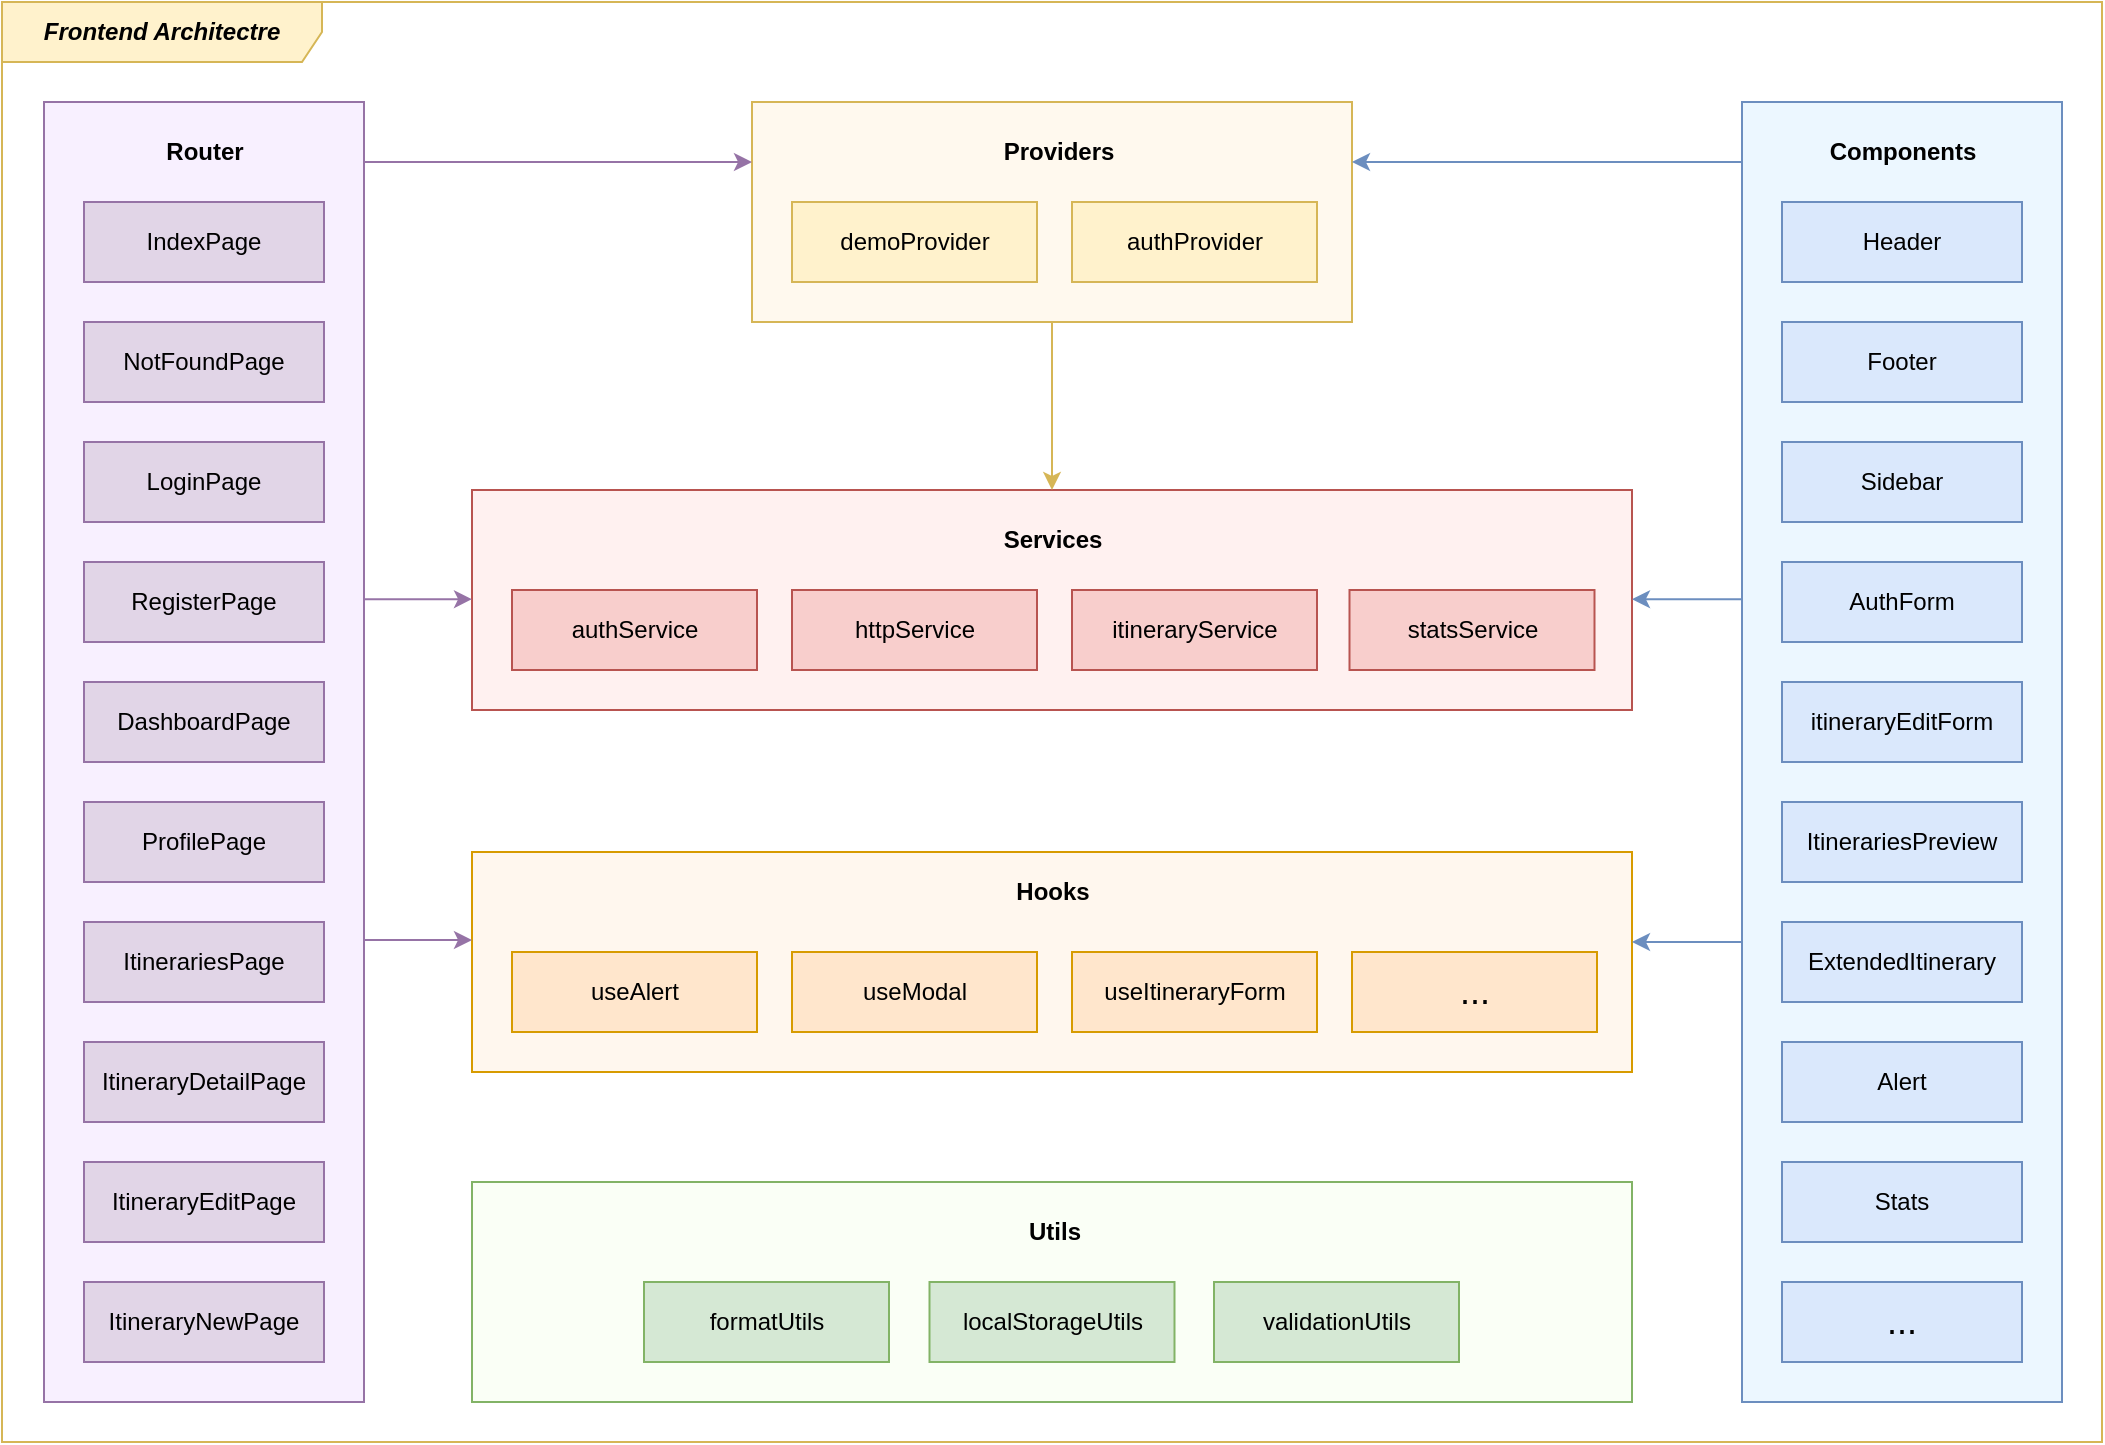
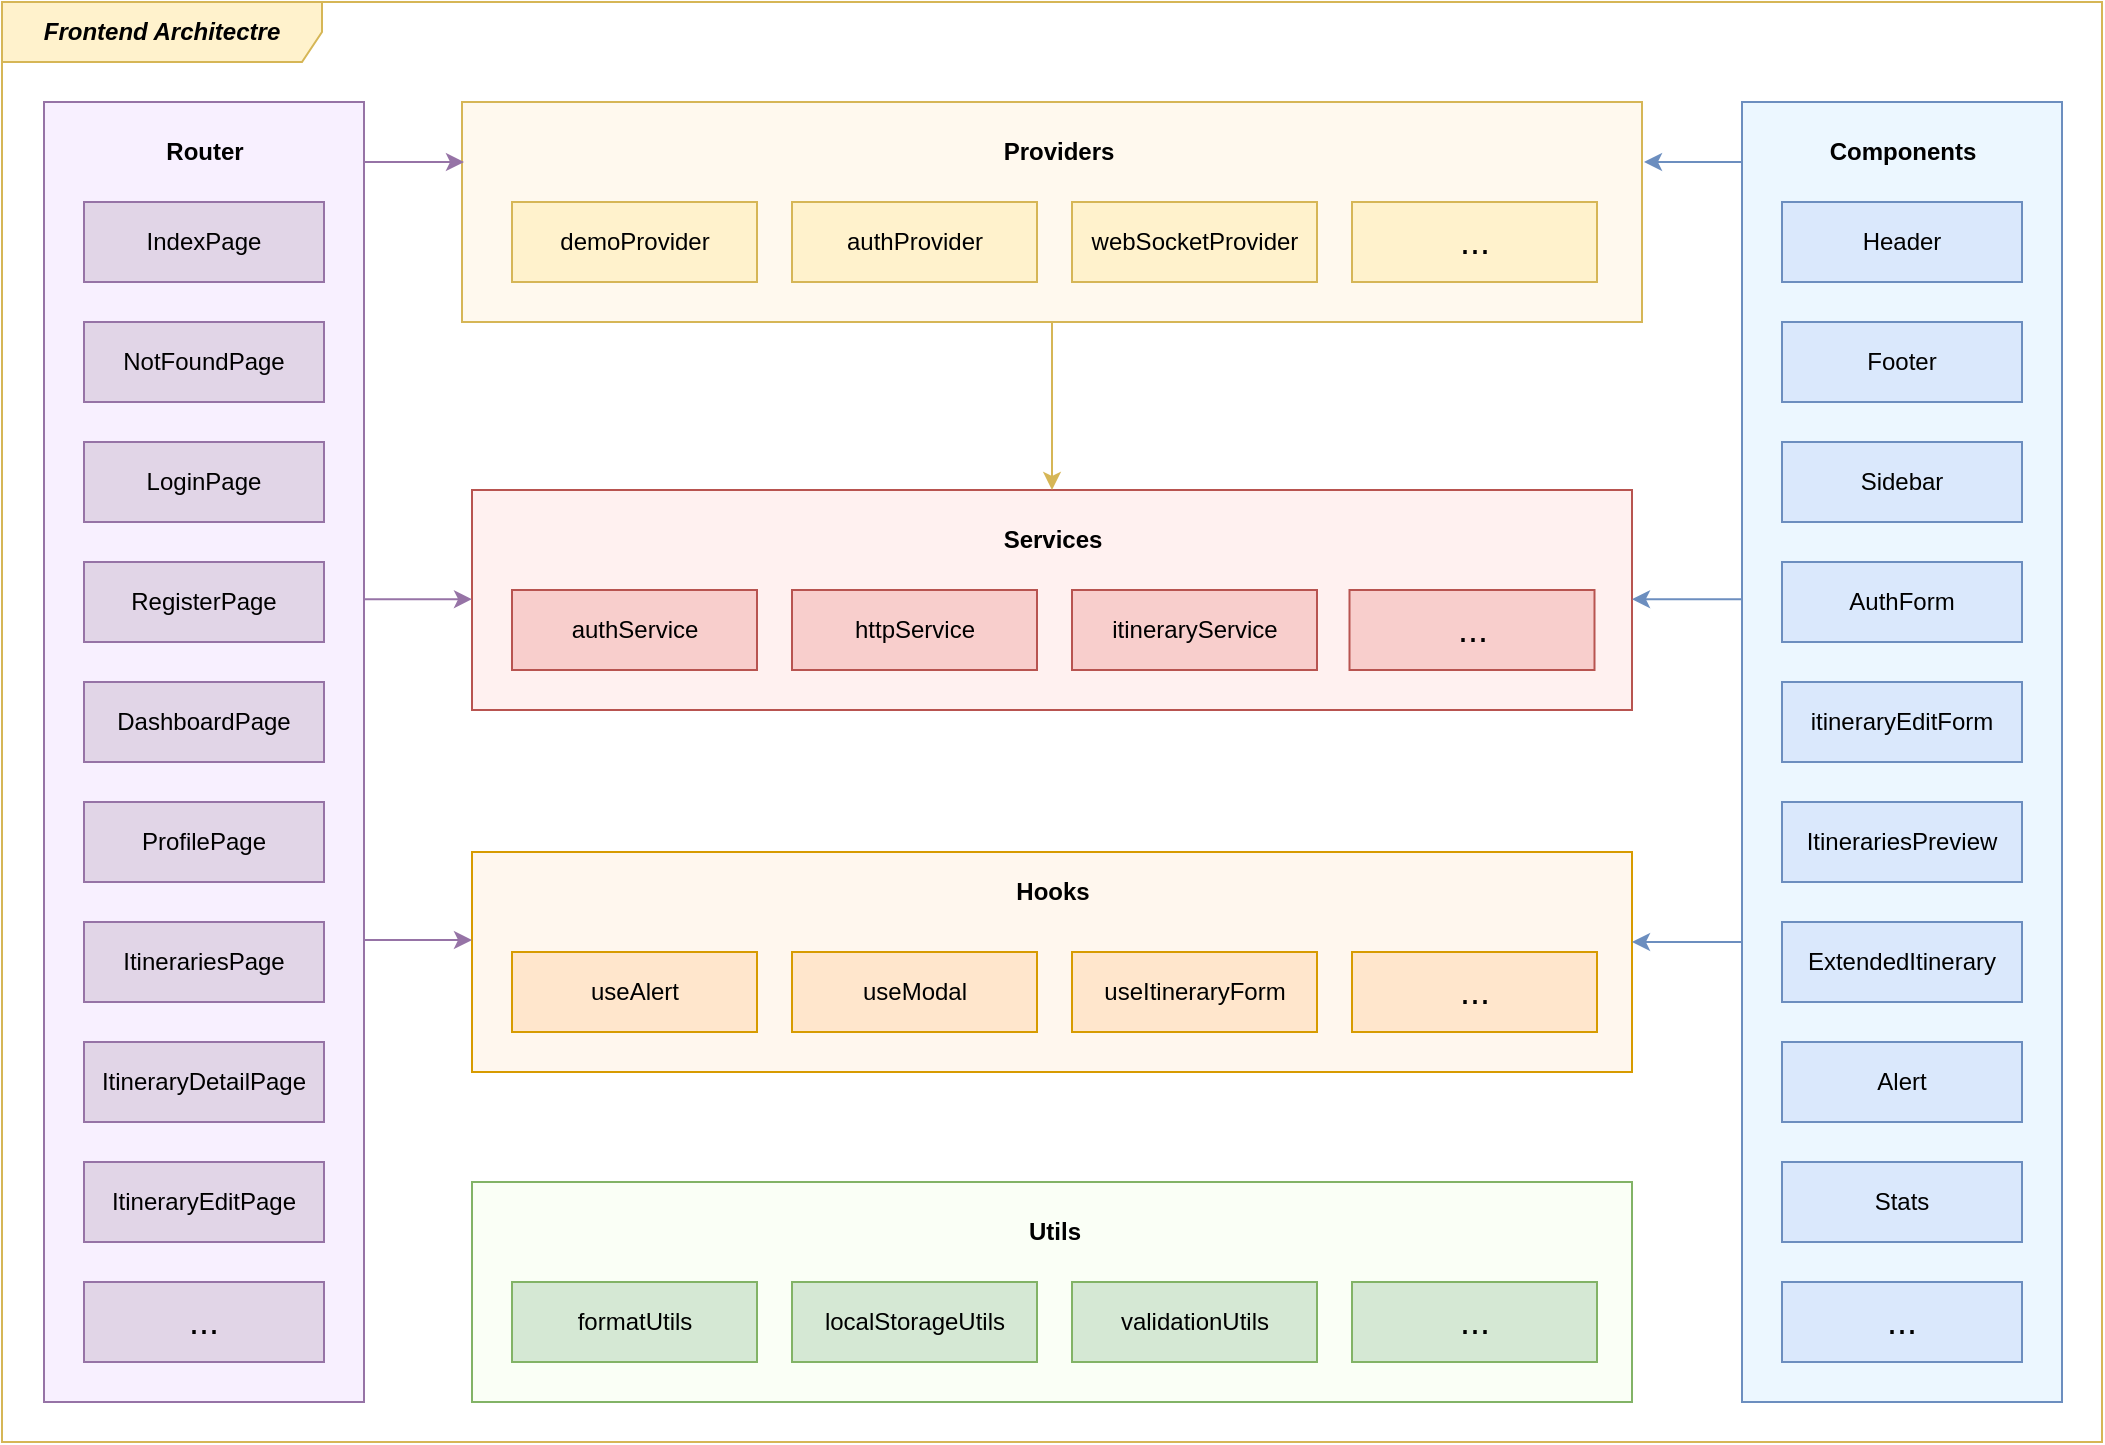
<mxfile host="65bd71144e">
    <diagram id="ANwKVheizHL1wTiWxfJy" name="Page-1">
-         <mxGraphModel dx="1347" dy="1012" grid="1" gridSize="10" guides="1" tooltips="1" connect="1" arrows="1" fold="1" page="1" pageScale="1" pageWidth="1169" pageHeight="827" math="0" shadow="0">
+         <mxGraphModel dx="1839" dy="906" grid="1" gridSize="10" guides="1" tooltips="1" connect="1" arrows="1" fold="1" page="1" pageScale="1" pageWidth="1169" pageHeight="827" math="0" shadow="0">
            <root>
                <mxCell id="0"/>
                <mxCell id="1" parent="0"/>
-                 <mxCell id="25" value="&lt;b&gt;&lt;i&gt;Frontend Architectre&lt;/i&gt;&lt;/b&gt;" style="shape=umlFrame;whiteSpace=wrap;html=1;pointerEvents=0;recursiveResize=0;container=1;collapsible=0;width=160;labelBackgroundColor=none;strokeColor=#d6b656;fillColor=#fff2cc;swimlaneFillColor=#FFFFFF;" vertex="1" parent="1">
+                 <mxCell id="25" value="&lt;b&gt;&lt;i&gt;Frontend Architectre&lt;/i&gt;&lt;/b&gt;" style="shape=umlFrame;whiteSpace=wrap;html=1;pointerEvents=0;recursiveResize=0;container=1;collapsible=0;width=160;labelBackgroundColor=none;strokeColor=#d6b656;fillColor=#fff2cc;swimlaneFillColor=#FFFFFF;" parent="1" vertex="1">
                    <mxGeometry x="59" y="60" width="1050" height="720" as="geometry"/>
                </mxCell>
-                 <mxCell id="51" value="" style="rounded=0;whiteSpace=wrap;html=1;fillColor=#FFF7EE;strokeColor=#d79b00;" vertex="1" parent="25">
+                 <mxCell id="51" value="" style="rounded=0;whiteSpace=wrap;html=1;fillColor=#FFF7EE;strokeColor=#d79b00;" parent="25" vertex="1">
                    <mxGeometry x="235" y="425" width="580" height="110" as="geometry"/>
                </mxCell>
-                 <mxCell id="33" value="" style="rounded=0;whiteSpace=wrap;html=1;fillColor=#FFF9EE;strokeColor=#d6b656;" vertex="1" parent="25">
-                     <mxGeometry x="375" y="50" width="300" height="110" as="geometry"/>
+                 <mxCell id="33" value="" style="rounded=0;whiteSpace=wrap;html=1;fillColor=#FFF9EE;strokeColor=#d6b656;" parent="25" vertex="1">
+                     <mxGeometry x="230" y="50" width="590" height="110" as="geometry"/>
                </mxCell>
-                 <mxCell id="18" value="" style="rounded=0;whiteSpace=wrap;html=1;fillColor=#FFF1F0;strokeColor=#b85450;" vertex="1" parent="25">
+                 <mxCell id="18" value="" style="rounded=0;whiteSpace=wrap;html=1;fillColor=#FFF1F0;strokeColor=#b85450;" parent="25" vertex="1">
                    <mxGeometry x="235" y="244" width="580" height="110" as="geometry"/>
                </mxCell>
-                 <mxCell id="16" value="authProvider" style="rounded=0;whiteSpace=wrap;html=1;fillColor=#fff2cc;strokeColor=#d6b656;" vertex="1" parent="25">
-                     <mxGeometry x="535" y="100" width="122.5" height="40" as="geometry"/>
-                 </mxCell>
-                 <mxCell id="17" value="demoProvider" style="rounded=0;whiteSpace=wrap;html=1;fillColor=#fff2cc;strokeColor=#d6b656;" vertex="1" parent="25">
+                 <mxCell id="16" value="authProvider" style="rounded=0;whiteSpace=wrap;html=1;fillColor=#fff2cc;strokeColor=#d6b656;" parent="25" vertex="1">
                    <mxGeometry x="395" y="100" width="122.5" height="40" as="geometry"/>
                </mxCell>
-                 <mxCell id="22" value="statsService" style="rounded=0;whiteSpace=wrap;html=1;fillColor=#f8cecc;strokeColor=#b85450;" vertex="1" parent="25">
+                 <mxCell id="17" value="demoProvider" style="rounded=0;whiteSpace=wrap;html=1;fillColor=#fff2cc;strokeColor=#d6b656;" parent="25" vertex="1">
+                     <mxGeometry x="255" y="100" width="122.5" height="40" as="geometry"/>
+                 </mxCell>
+                 <mxCell id="22" value="&lt;span style=&quot;font-size: 18px;&quot;&gt;...&lt;/span&gt;" style="rounded=0;whiteSpace=wrap;html=1;fillColor=#f8cecc;strokeColor=#b85450;" parent="25" vertex="1">
                    <mxGeometry x="673.75" y="294" width="122.5" height="40" as="geometry"/>
                </mxCell>
-                 <mxCell id="21" value="itineraryService" style="rounded=0;whiteSpace=wrap;html=1;fillColor=#f8cecc;strokeColor=#b85450;" vertex="1" parent="25">
+                 <mxCell id="21" value="itineraryService" style="rounded=0;whiteSpace=wrap;html=1;fillColor=#f8cecc;strokeColor=#b85450;" parent="25" vertex="1">
                    <mxGeometry x="535" y="294" width="122.5" height="40" as="geometry"/>
                </mxCell>
-                 <mxCell id="20" value="httpService" style="rounded=0;whiteSpace=wrap;html=1;fillColor=#f8cecc;strokeColor=#b85450;" vertex="1" parent="25">
+                 <mxCell id="20" value="httpService" style="rounded=0;whiteSpace=wrap;html=1;fillColor=#f8cecc;strokeColor=#b85450;" parent="25" vertex="1">
                    <mxGeometry x="395" y="294" width="122.5" height="40" as="geometry"/>
                </mxCell>
-                 <mxCell id="19" value="authService" style="rounded=0;whiteSpace=wrap;html=1;fillColor=#f8cecc;strokeColor=#b85450;" vertex="1" parent="25">
+                 <mxCell id="19" value="authService" style="rounded=0;whiteSpace=wrap;html=1;fillColor=#f8cecc;strokeColor=#b85450;" parent="25" vertex="1">
                    <mxGeometry x="255" y="294" width="122.5" height="40" as="geometry"/>
                </mxCell>
-                 <mxCell id="24" value="&lt;b&gt;Services&lt;/b&gt;" style="text;html=1;align=center;verticalAlign=middle;resizable=0;points=[];autosize=1;strokeColor=none;fillColor=none;" vertex="1" parent="25">
+                 <mxCell id="24" value="&lt;b&gt;Services&lt;/b&gt;" style="text;html=1;align=center;verticalAlign=middle;resizable=0;points=[];autosize=1;strokeColor=none;fillColor=none;" parent="25" vertex="1">
                    <mxGeometry x="490" y="254" width="70" height="30" as="geometry"/>
                </mxCell>
-                 <mxCell id="26" value="" style="rounded=0;whiteSpace=wrap;html=1;fillColor=#ECF7FF;strokeColor=#6c8ebf;" vertex="1" parent="25">
+                 <mxCell id="26" value="" style="rounded=0;whiteSpace=wrap;html=1;fillColor=#ECF7FF;strokeColor=#6c8ebf;" parent="25" vertex="1">
                    <mxGeometry x="870" y="50" width="160" height="650" as="geometry"/>
                </mxCell>
-                 <mxCell id="27" value="&lt;b&gt;Components&lt;/b&gt;" style="text;html=1;align=center;verticalAlign=middle;resizable=0;points=[];autosize=1;strokeColor=none;fillColor=none;" vertex="1" parent="25">
+                 <mxCell id="27" value="&lt;b&gt;Components&lt;/b&gt;" style="text;html=1;align=center;verticalAlign=middle;resizable=0;points=[];autosize=1;strokeColor=none;fillColor=none;" parent="25" vertex="1">
                    <mxGeometry x="900" y="60" width="100" height="30" as="geometry"/>
                </mxCell>
-                 <mxCell id="28" value="Header" style="rounded=0;whiteSpace=wrap;html=1;fillColor=#dae8fc;strokeColor=#6c8ebf;" vertex="1" parent="25">
+                 <mxCell id="28" value="Header" style="rounded=0;whiteSpace=wrap;html=1;fillColor=#dae8fc;strokeColor=#6c8ebf;" parent="25" vertex="1">
                    <mxGeometry x="890" y="100" width="120" height="40" as="geometry"/>
                </mxCell>
-                 <mxCell id="29" value="Footer" style="rounded=0;whiteSpace=wrap;html=1;fillColor=#dae8fc;strokeColor=#6c8ebf;" vertex="1" parent="25">
+                 <mxCell id="29" value="Footer" style="rounded=0;whiteSpace=wrap;html=1;fillColor=#dae8fc;strokeColor=#6c8ebf;" parent="25" vertex="1">
                    <mxGeometry x="890" y="160" width="120" height="40" as="geometry"/>
                </mxCell>
-                 <mxCell id="30" value="Sidebar" style="rounded=0;whiteSpace=wrap;html=1;fillColor=#dae8fc;strokeColor=#6c8ebf;" vertex="1" parent="25">
+                 <mxCell id="30" value="Sidebar" style="rounded=0;whiteSpace=wrap;html=1;fillColor=#dae8fc;strokeColor=#6c8ebf;" parent="25" vertex="1">
                    <mxGeometry x="890" y="220" width="120" height="40" as="geometry"/>
                </mxCell>
-                 <mxCell id="31" value="AuthForm" style="rounded=0;whiteSpace=wrap;html=1;fillColor=#dae8fc;strokeColor=#6c8ebf;" vertex="1" parent="25">
+                 <mxCell id="31" value="AuthForm" style="rounded=0;whiteSpace=wrap;html=1;fillColor=#dae8fc;strokeColor=#6c8ebf;" parent="25" vertex="1">
                    <mxGeometry x="890" y="280" width="120" height="40" as="geometry"/>
                </mxCell>
-                 <mxCell id="32" value="itineraryEditForm" style="rounded=0;whiteSpace=wrap;html=1;fillColor=#dae8fc;strokeColor=#6c8ebf;" vertex="1" parent="25">
+                 <mxCell id="32" value="itineraryEditForm" style="rounded=0;whiteSpace=wrap;html=1;fillColor=#dae8fc;strokeColor=#6c8ebf;" parent="25" vertex="1">
                    <mxGeometry x="890" y="340" width="120" height="40" as="geometry"/>
                </mxCell>
-                 <mxCell id="34" value="&lt;b&gt;Providers&lt;/b&gt;" style="text;html=1;align=center;verticalAlign=middle;resizable=0;points=[];autosize=1;strokeColor=none;fillColor=none;" vertex="1" parent="25">
+                 <mxCell id="34" value="&lt;b&gt;Providers&lt;/b&gt;" style="text;html=1;align=center;verticalAlign=middle;resizable=0;points=[];autosize=1;strokeColor=none;fillColor=none;" parent="25" vertex="1">
                    <mxGeometry x="487.5" y="60" width="80" height="30" as="geometry"/>
                </mxCell>
-                 <mxCell id="36" value="" style="endArrow=classic;html=1;exitX=1;exitY=0;exitDx=0;exitDy=0;entryX=0;entryY=0;entryDx=0;entryDy=0;strokeColor=#9673a6;fillColor=#e1d5e7;" edge="1" parent="25">
+                 <mxCell id="36" value="" style="endArrow=classic;html=1;exitX=1;exitY=0;exitDx=0;exitDy=0;strokeColor=#9673a6;fillColor=#e1d5e7;" parent="25" edge="1">
                    <mxGeometry width="50" height="50" relative="1" as="geometry">
                        <mxPoint x="180" y="80.00000000000007" as="sourcePoint"/>
-                         <mxPoint x="375" y="80" as="targetPoint"/>
+                         <mxPoint x="231" y="80" as="targetPoint"/>
                    </mxGeometry>
                </mxCell>
-                 <mxCell id="37" value="" style="endArrow=classic;html=1;exitX=1;exitY=0;exitDx=0;exitDy=0;entryX=0;entryY=0;entryDx=0;entryDy=0;strokeColor=#9673a6;fillColor=#e1d5e7;" edge="1" parent="25">
+                 <mxCell id="37" value="" style="endArrow=classic;html=1;exitX=1;exitY=0;exitDx=0;exitDy=0;entryX=0;entryY=0;entryDx=0;entryDy=0;strokeColor=#9673a6;fillColor=#e1d5e7;" parent="25" edge="1">
                    <mxGeometry width="50" height="50" relative="1" as="geometry">
                        <mxPoint x="180" y="298.57000000000005" as="sourcePoint"/>
                        <mxPoint x="235.00000000000045" y="298.57000000000005" as="targetPoint"/>
                    </mxGeometry>
                </mxCell>
-                 <mxCell id="38" value="" style="endArrow=classic;html=1;exitX=0;exitY=0;exitDx=0;exitDy=0;strokeColor=#6c8ebf;fillColor=#dae8fc;entryX=1;entryY=0;entryDx=0;entryDy=0;" edge="1" parent="25">
+                 <mxCell id="38" value="" style="endArrow=classic;html=1;exitX=0;exitY=0;exitDx=0;exitDy=0;strokeColor=#6c8ebf;fillColor=#dae8fc;" parent="25" edge="1">
                    <mxGeometry width="50" height="50" relative="1" as="geometry">
                        <mxPoint x="870" y="80.00000000000017" as="sourcePoint"/>
-                         <mxPoint x="675.0000000000002" y="80.00000000000006" as="targetPoint"/>
+                         <mxPoint x="821" y="80" as="targetPoint"/>
                    </mxGeometry>
                </mxCell>
-                 <mxCell id="39" value="" style="endArrow=classic;html=1;entryX=1;entryY=0;entryDx=0;entryDy=0;strokeColor=#6c8ebf;fillColor=#dae8fc;" edge="1" parent="25">
+                 <mxCell id="39" value="" style="endArrow=classic;html=1;entryX=1;entryY=0;entryDx=0;entryDy=0;strokeColor=#6c8ebf;fillColor=#dae8fc;" parent="25" edge="1">
                    <mxGeometry width="50" height="50" relative="1" as="geometry">
                        <mxPoint x="870" y="298.57" as="sourcePoint"/>
                        <mxPoint x="815.0000000000002" y="298.57" as="targetPoint"/>
                    </mxGeometry>
                </mxCell>
-                 <mxCell id="40" value="ItinerariesPreview" style="rounded=0;whiteSpace=wrap;html=1;fillColor=#dae8fc;strokeColor=#6c8ebf;" vertex="1" parent="25">
+                 <mxCell id="40" value="ItinerariesPreview" style="rounded=0;whiteSpace=wrap;html=1;fillColor=#dae8fc;strokeColor=#6c8ebf;" parent="25" vertex="1">
                    <mxGeometry x="890" y="400" width="120" height="40" as="geometry"/>
                </mxCell>
-                 <mxCell id="41" value="ExtendedItinerary" style="rounded=0;whiteSpace=wrap;html=1;fillColor=#dae8fc;strokeColor=#6c8ebf;" vertex="1" parent="25">
+                 <mxCell id="41" value="ExtendedItinerary" style="rounded=0;whiteSpace=wrap;html=1;fillColor=#dae8fc;strokeColor=#6c8ebf;" parent="25" vertex="1">
                    <mxGeometry x="890" y="460" width="120" height="40" as="geometry"/>
                </mxCell>
-                 <mxCell id="42" value="Alert" style="rounded=0;whiteSpace=wrap;html=1;fillColor=#dae8fc;strokeColor=#6c8ebf;" vertex="1" parent="25">
+                 <mxCell id="42" value="Alert" style="rounded=0;whiteSpace=wrap;html=1;fillColor=#dae8fc;strokeColor=#6c8ebf;" parent="25" vertex="1">
                    <mxGeometry x="890" y="520" width="120" height="40" as="geometry"/>
                </mxCell>
-                 <mxCell id="43" value="Stats" style="rounded=0;whiteSpace=wrap;html=1;fillColor=#dae8fc;strokeColor=#6c8ebf;" vertex="1" parent="25">
+                 <mxCell id="43" value="Stats" style="rounded=0;whiteSpace=wrap;html=1;fillColor=#dae8fc;strokeColor=#6c8ebf;" parent="25" vertex="1">
                    <mxGeometry x="890" y="580" width="120" height="40" as="geometry"/>
                </mxCell>
-                 <mxCell id="44" value="&lt;font style=&quot;font-size: 18px;&quot;&gt;...&lt;/font&gt;" style="rounded=0;whiteSpace=wrap;html=1;fillColor=#dae8fc;strokeColor=#6c8ebf;" vertex="1" parent="25">
+                 <mxCell id="44" value="&lt;font style=&quot;font-size: 18px;&quot;&gt;...&lt;/font&gt;" style="rounded=0;whiteSpace=wrap;html=1;fillColor=#dae8fc;strokeColor=#6c8ebf;" parent="25" vertex="1">
                    <mxGeometry x="890" y="640" width="120" height="40" as="geometry"/>
                </mxCell>
-                 <mxCell id="48" value="useAlert" style="rounded=0;whiteSpace=wrap;html=1;fillColor=#ffe6cc;strokeColor=#d79b00;" vertex="1" parent="25">
+                 <mxCell id="48" value="useAlert" style="rounded=0;whiteSpace=wrap;html=1;fillColor=#ffe6cc;strokeColor=#d79b00;" parent="25" vertex="1">
                    <mxGeometry x="255" y="475" width="122.5" height="40" as="geometry"/>
                </mxCell>
-                 <mxCell id="50" value="" style="endArrow=classic;html=1;fillColor=#fff2cc;strokeColor=#d6b656;" edge="1" parent="25" source="33" target="18">
+                 <mxCell id="50" value="" style="endArrow=classic;html=1;fillColor=#fff2cc;strokeColor=#d6b656;" parent="25" source="33" target="18" edge="1">
                    <mxGeometry width="50" height="50" relative="1" as="geometry">
                        <mxPoint x="500" y="270" as="sourcePoint"/>
                        <mxPoint x="550" y="220" as="targetPoint"/>
                    </mxGeometry>
                </mxCell>
-                 <mxCell id="52" value="&lt;b&gt;Hooks&lt;/b&gt;" style="text;html=1;align=center;verticalAlign=middle;resizable=0;points=[];autosize=1;strokeColor=none;fillColor=none;" vertex="1" parent="25">
+                 <mxCell id="52" value="&lt;b&gt;Hooks&lt;/b&gt;" style="text;html=1;align=center;verticalAlign=middle;resizable=0;points=[];autosize=1;strokeColor=none;fillColor=none;" parent="25" vertex="1">
                    <mxGeometry x="495" y="430" width="60" height="30" as="geometry"/>
                </mxCell>
-                 <mxCell id="53" value="useModal" style="rounded=0;whiteSpace=wrap;html=1;fillColor=#ffe6cc;strokeColor=#d79b00;" vertex="1" parent="25">
+                 <mxCell id="53" value="useModal" style="rounded=0;whiteSpace=wrap;html=1;fillColor=#ffe6cc;strokeColor=#d79b00;" parent="25" vertex="1">
                    <mxGeometry x="395" y="475" width="122.5" height="40" as="geometry"/>
                </mxCell>
-                 <mxCell id="54" value="useItineraryForm" style="rounded=0;whiteSpace=wrap;html=1;fillColor=#ffe6cc;strokeColor=#d79b00;" vertex="1" parent="25">
+                 <mxCell id="54" value="useItineraryForm" style="rounded=0;whiteSpace=wrap;html=1;fillColor=#ffe6cc;strokeColor=#d79b00;" parent="25" vertex="1">
                    <mxGeometry x="535" y="475" width="122.5" height="40" as="geometry"/>
                </mxCell>
-                 <mxCell id="55" value="&lt;font style=&quot;font-size: 18px;&quot;&gt;...&lt;/font&gt;" style="rounded=0;whiteSpace=wrap;html=1;fillColor=#ffe6cc;strokeColor=#d79b00;" vertex="1" parent="25">
+                 <mxCell id="55" value="&lt;font style=&quot;font-size: 18px;&quot;&gt;...&lt;/font&gt;" style="rounded=0;whiteSpace=wrap;html=1;fillColor=#ffe6cc;strokeColor=#d79b00;" parent="25" vertex="1">
                    <mxGeometry x="675" y="475" width="122.5" height="40" as="geometry"/>
                </mxCell>
-                 <mxCell id="56" value="" style="endArrow=classic;html=1;exitX=1;exitY=0;exitDx=0;exitDy=0;entryX=0;entryY=0;entryDx=0;entryDy=0;strokeColor=#9673a6;fillColor=#e1d5e7;" edge="1" parent="25">
+                 <mxCell id="56" value="" style="endArrow=classic;html=1;exitX=1;exitY=0;exitDx=0;exitDy=0;entryX=0;entryY=0;entryDx=0;entryDy=0;strokeColor=#9673a6;fillColor=#e1d5e7;" parent="25" edge="1">
                    <mxGeometry width="50" height="50" relative="1" as="geometry">
                        <mxPoint x="180" y="469.00000000000006" as="sourcePoint"/>
                        <mxPoint x="235.00000000000045" y="469.00000000000006" as="targetPoint"/>
                    </mxGeometry>
                </mxCell>
-                 <mxCell id="57" value="" style="endArrow=classic;html=1;entryX=1;entryY=0;entryDx=0;entryDy=0;strokeColor=#6c8ebf;fillColor=#dae8fc;" edge="1" parent="25">
+                 <mxCell id="57" value="" style="endArrow=classic;html=1;entryX=1;entryY=0;entryDx=0;entryDy=0;strokeColor=#6c8ebf;fillColor=#dae8fc;" parent="25" edge="1">
                    <mxGeometry width="50" height="50" relative="1" as="geometry">
                        <mxPoint x="870" y="470" as="sourcePoint"/>
                        <mxPoint x="815.0000000000002" y="470" as="targetPoint"/>
                    </mxGeometry>
                </mxCell>
-                 <mxCell id="58" value="" style="rounded=0;whiteSpace=wrap;html=1;fillColor=#FAFFF6;strokeColor=#82b366;" vertex="1" parent="25">
+                 <mxCell id="58" value="" style="rounded=0;whiteSpace=wrap;html=1;fillColor=#FAFFF6;strokeColor=#82b366;" parent="25" vertex="1">
                    <mxGeometry x="235" y="590" width="580" height="110" as="geometry"/>
                </mxCell>
-                 <mxCell id="59" value="formatUtils" style="rounded=0;whiteSpace=wrap;html=1;fillColor=#d5e8d4;strokeColor=#82b366;" vertex="1" parent="25">
-                     <mxGeometry x="321" y="640" width="122.5" height="40" as="geometry"/>
+                 <mxCell id="59" value="formatUtils" style="rounded=0;whiteSpace=wrap;html=1;fillColor=#d5e8d4;strokeColor=#82b366;" parent="25" vertex="1">
+                     <mxGeometry x="255" y="640" width="122.5" height="40" as="geometry"/>
                </mxCell>
-                 <mxCell id="60" value="localStorageUtils" style="rounded=0;whiteSpace=wrap;html=1;fillColor=#d5e8d4;strokeColor=#82b366;" vertex="1" parent="25">
-                     <mxGeometry x="463.75" y="640" width="122.5" height="40" as="geometry"/>
+                 <mxCell id="60" value="localStorageUtils" style="rounded=0;whiteSpace=wrap;html=1;fillColor=#d5e8d4;strokeColor=#82b366;" parent="25" vertex="1">
+                     <mxGeometry x="395" y="640" width="122.5" height="40" as="geometry"/>
                </mxCell>
-                 <mxCell id="61" value="validationUtils" style="rounded=0;whiteSpace=wrap;html=1;fillColor=#d5e8d4;strokeColor=#82b366;" vertex="1" parent="25">
-                     <mxGeometry x="606" y="640" width="122.5" height="40" as="geometry"/>
+                 <mxCell id="61" value="validationUtils" style="rounded=0;whiteSpace=wrap;html=1;fillColor=#d5e8d4;strokeColor=#82b366;" parent="25" vertex="1">
+                     <mxGeometry x="535" y="640" width="122.5" height="40" as="geometry"/>
                </mxCell>
-                 <mxCell id="62" value="&lt;b&gt;Utils&lt;/b&gt;" style="text;html=1;align=center;verticalAlign=middle;resizable=0;points=[];autosize=1;strokeColor=none;fillColor=none;" vertex="1" parent="25">
+                 <mxCell id="62" value="&lt;b&gt;Utils&lt;/b&gt;" style="text;html=1;align=center;verticalAlign=middle;resizable=0;points=[];autosize=1;strokeColor=none;fillColor=none;" parent="25" vertex="1">
                    <mxGeometry x="501" y="600" width="50" height="30" as="geometry"/>
                </mxCell>
-                 <mxCell id="12" value="" style="rounded=0;whiteSpace=wrap;html=1;fillColor=#F8F0FF;strokeColor=#9673a6;" vertex="1" parent="1">
+                 <mxCell id="63" value="&lt;span style=&quot;font-size: 18px;&quot;&gt;...&lt;/span&gt;" style="rounded=0;whiteSpace=wrap;html=1;fillColor=#d5e8d4;strokeColor=#82b366;" vertex="1" parent="25">
+                     <mxGeometry x="675" y="640" width="122.5" height="40" as="geometry"/>
+                 </mxCell>
+                 <mxCell id="65" value="webSocketProvider" style="rounded=0;whiteSpace=wrap;html=1;fillColor=#fff2cc;strokeColor=#d6b656;" vertex="1" parent="25">
+                     <mxGeometry x="535" y="100" width="122.5" height="40" as="geometry"/>
+                 </mxCell>
+                 <mxCell id="66" value="&lt;span style=&quot;font-size: 18px;&quot;&gt;...&lt;/span&gt;" style="rounded=0;whiteSpace=wrap;html=1;fillColor=#fff2cc;strokeColor=#d6b656;" vertex="1" parent="25">
+                     <mxGeometry x="675" y="100" width="122.5" height="40" as="geometry"/>
+                 </mxCell>
+                 <mxCell id="12" value="" style="rounded=0;whiteSpace=wrap;html=1;fillColor=#F8F0FF;strokeColor=#9673a6;" parent="1" vertex="1">
                    <mxGeometry x="80" y="110" width="160" height="650" as="geometry"/>
                </mxCell>
-                 <mxCell id="2" value="IndexPage" style="rounded=0;whiteSpace=wrap;html=1;fillColor=#e1d5e7;strokeColor=#9673a6;" vertex="1" parent="1">
+                 <mxCell id="2" value="IndexPage" style="rounded=0;whiteSpace=wrap;html=1;fillColor=#e1d5e7;strokeColor=#9673a6;" parent="1" vertex="1">
                    <mxGeometry x="100" y="160" width="120" height="40" as="geometry"/>
                </mxCell>
-                 <mxCell id="3" value="NotFoundPage" style="rounded=0;whiteSpace=wrap;html=1;fillColor=#e1d5e7;strokeColor=#9673a6;" vertex="1" parent="1">
+                 <mxCell id="3" value="NotFoundPage" style="rounded=0;whiteSpace=wrap;html=1;fillColor=#e1d5e7;strokeColor=#9673a6;" parent="1" vertex="1">
                    <mxGeometry x="100" y="220" width="120" height="40" as="geometry"/>
                </mxCell>
-                 <mxCell id="4" value="LoginPage" style="rounded=0;whiteSpace=wrap;html=1;fillColor=#e1d5e7;strokeColor=#9673a6;" vertex="1" parent="1">
+                 <mxCell id="4" value="LoginPage" style="rounded=0;whiteSpace=wrap;html=1;fillColor=#e1d5e7;strokeColor=#9673a6;" parent="1" vertex="1">
                    <mxGeometry x="100" y="280" width="120" height="40" as="geometry"/>
                </mxCell>
-                 <mxCell id="5" value="RegisterPage" style="rounded=0;whiteSpace=wrap;html=1;fillColor=#e1d5e7;strokeColor=#9673a6;" vertex="1" parent="1">
+                 <mxCell id="5" value="RegisterPage" style="rounded=0;whiteSpace=wrap;html=1;fillColor=#e1d5e7;strokeColor=#9673a6;" parent="1" vertex="1">
                    <mxGeometry x="100" y="340" width="120" height="40" as="geometry"/>
                </mxCell>
-                 <mxCell id="6" value="ProfilePage" style="rounded=0;whiteSpace=wrap;html=1;fillColor=#e1d5e7;strokeColor=#9673a6;" vertex="1" parent="1">
+                 <mxCell id="6" value="ProfilePage" style="rounded=0;whiteSpace=wrap;html=1;fillColor=#e1d5e7;strokeColor=#9673a6;" parent="1" vertex="1">
                    <mxGeometry x="100" y="460" width="120" height="40" as="geometry"/>
                </mxCell>
-                 <mxCell id="7" value="DashboardPage" style="rounded=0;whiteSpace=wrap;html=1;fillColor=#e1d5e7;strokeColor=#9673a6;" vertex="1" parent="1">
+                 <mxCell id="7" value="DashboardPage" style="rounded=0;whiteSpace=wrap;html=1;fillColor=#e1d5e7;strokeColor=#9673a6;" parent="1" vertex="1">
                    <mxGeometry x="100" y="400" width="120" height="40" as="geometry"/>
                </mxCell>
-                 <mxCell id="8" value="ItinerariesPage" style="rounded=0;whiteSpace=wrap;html=1;fillColor=#e1d5e7;strokeColor=#9673a6;" vertex="1" parent="1">
+                 <mxCell id="8" value="ItinerariesPage" style="rounded=0;whiteSpace=wrap;html=1;fillColor=#e1d5e7;strokeColor=#9673a6;" parent="1" vertex="1">
                    <mxGeometry x="100" y="520" width="120" height="40" as="geometry"/>
                </mxCell>
-                 <mxCell id="9" value="ItineraryDetailPage" style="rounded=0;whiteSpace=wrap;html=1;fillColor=#e1d5e7;strokeColor=#9673a6;" vertex="1" parent="1">
+                 <mxCell id="9" value="ItineraryDetailPage" style="rounded=0;whiteSpace=wrap;html=1;fillColor=#e1d5e7;strokeColor=#9673a6;" parent="1" vertex="1">
                    <mxGeometry x="100" y="580" width="120" height="40" as="geometry"/>
                </mxCell>
-                 <mxCell id="10" value="ItineraryEditPage" style="rounded=0;whiteSpace=wrap;html=1;fillColor=#e1d5e7;strokeColor=#9673a6;" vertex="1" parent="1">
+                 <mxCell id="10" value="ItineraryEditPage" style="rounded=0;whiteSpace=wrap;html=1;fillColor=#e1d5e7;strokeColor=#9673a6;" parent="1" vertex="1">
                    <mxGeometry x="100" y="640" width="120" height="40" as="geometry"/>
                </mxCell>
-                 <mxCell id="11" value="ItineraryNewPage" style="rounded=0;whiteSpace=wrap;html=1;fillColor=#e1d5e7;strokeColor=#9673a6;" vertex="1" parent="1">
+                 <mxCell id="11" value="&lt;span style=&quot;font-size: 18px;&quot;&gt;...&lt;/span&gt;" style="rounded=0;whiteSpace=wrap;html=1;fillColor=#e1d5e7;strokeColor=#9673a6;" parent="1" vertex="1">
                    <mxGeometry x="100" y="700" width="120" height="40" as="geometry"/>
                </mxCell>
-                 <mxCell id="13" value="&lt;b&gt;Router&lt;/b&gt;" style="text;html=1;align=center;verticalAlign=middle;resizable=0;points=[];autosize=1;strokeColor=none;fillColor=none;" vertex="1" parent="1">
+                 <mxCell id="13" value="&lt;b&gt;Router&lt;/b&gt;" style="text;html=1;align=center;verticalAlign=middle;resizable=0;points=[];autosize=1;strokeColor=none;fillColor=none;" parent="1" vertex="1">
                    <mxGeometry x="130" y="120" width="60" height="30" as="geometry"/>
                </mxCell>
            </root>
        </mxGraphModel>
    </diagram>
</mxfile>